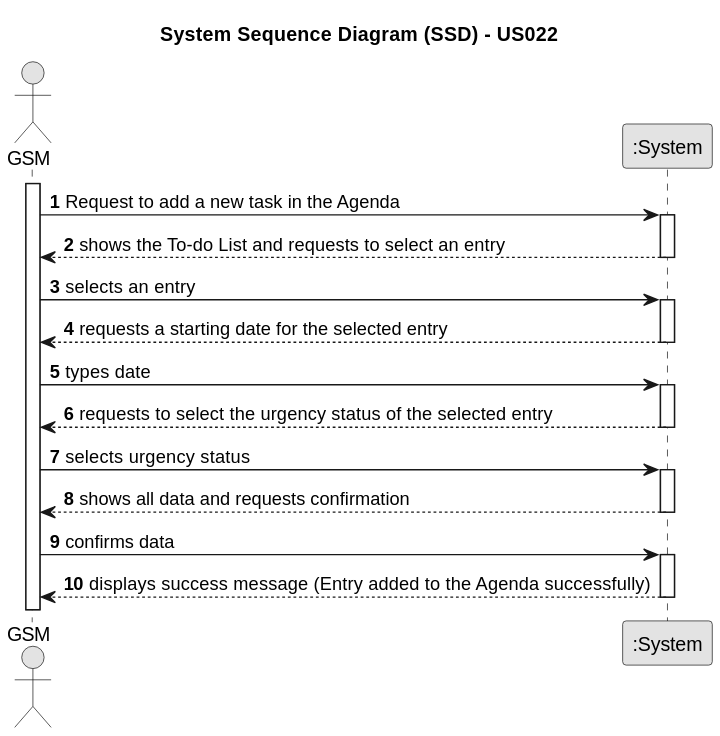
Above: docs/sprintC/us022/01.requirements-engineering/svg/us022-system-sequence-diagram-alternative-one.svg in ricardomm7/leaflink (PlantUML), before the change.
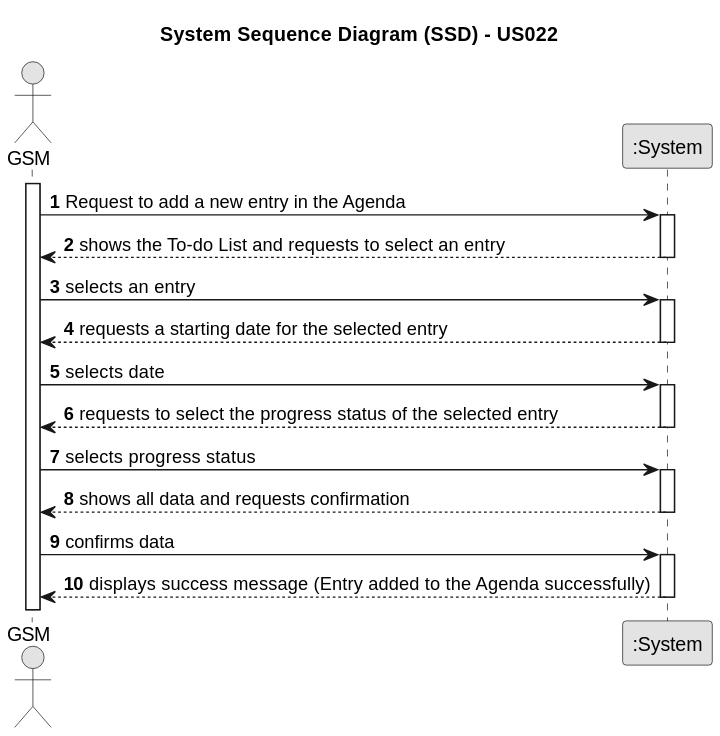
Above is the later version.

Change to the diagram source:
```diff
@@ -12,7 +12,7 @@
 
 activate GSM
 
-    GSM -> System : Request to add a new task in the Agenda
+    GSM -> System : Request to add a new entry in the Agenda
     activate System
 
         System --> GSM : shows the To-do List and requests to select an entry
@@ -25,14 +25,14 @@
         System --> GSM : requests a starting date for the selected entry
     deactivate System
 
-    GSM -> System : types date
+    GSM -> System : selects date
 
     activate System
 
-        System --> GSM : requests to select the urgency status of the selected entry
+        System --> GSM : requests to select the progress status of the selected entry
     deactivate System
 
-    GSM -> System : selects urgency status
+    GSM -> System : selects progress status
 
     activate System
 
```
